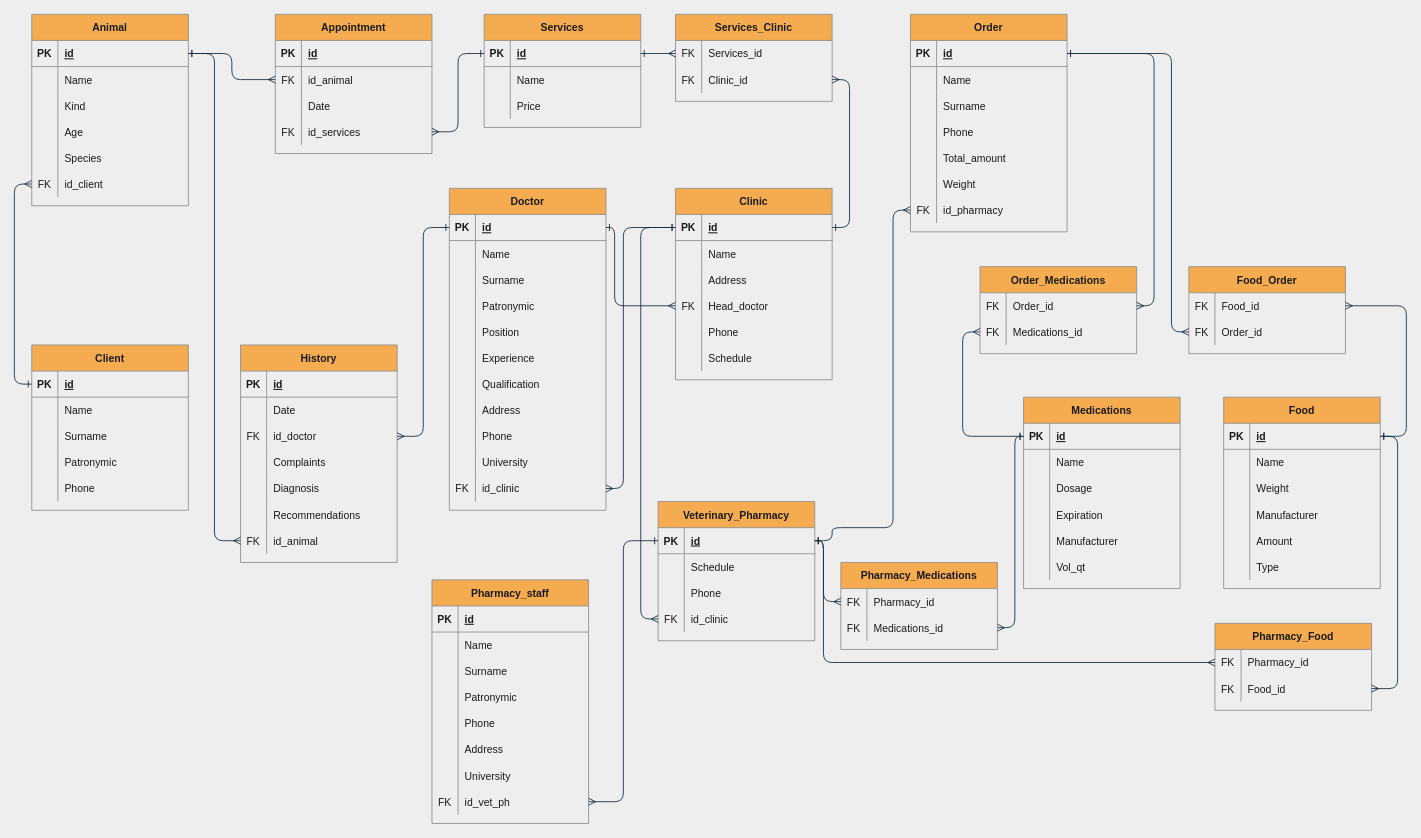
The draw.io diagram Untitled Diagram.drawio in 21shunya/vet, before the edit. Source tidied: cells renumbered, new cells numbered last; positions are measured from the earlier drawing's top-left corner, leaving out a move shared by most shapes. Both pictures are drawn from the tidied source at 87%, with x=0, y=0 at pixel (31, 14).
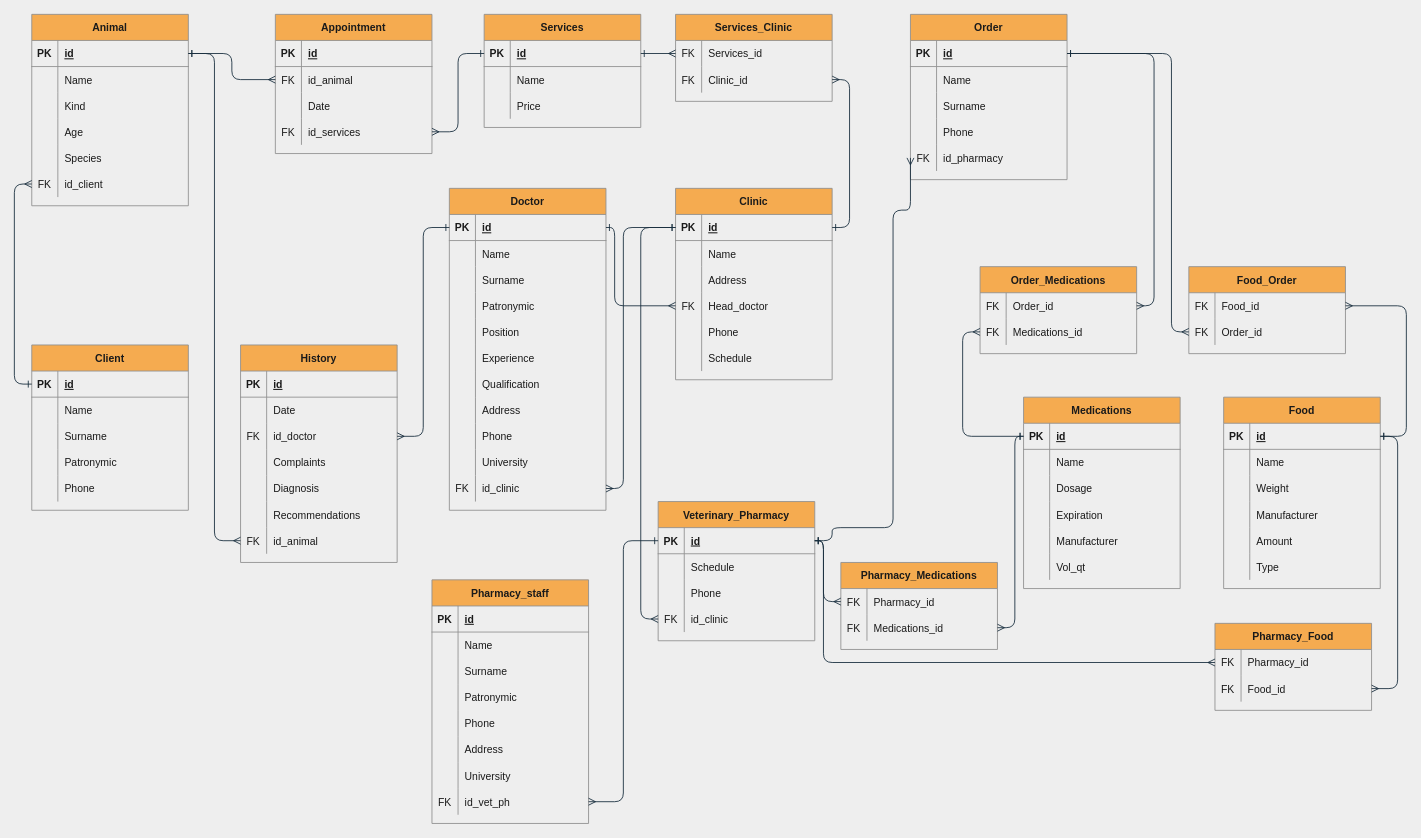
The same diagram, later.

Change to the diagram source:
```diff
@@
     <mxCell id="194" value="Order" style="shape=table;startSize=30;childLayout=tableLayout;rowLines=0;fontStyle=1;align=center;fillColor=#F5AB50;strokeColor=#909090;fontColor=#1A1A1A;" parent="1" vertex="1">
-      <mxGeometry x="1010" width="180" height="250" as="geometry" />
+      <mxGeometry x="1010" width="180" height="190" as="geometry" />
     </mxCell>
@@
-    <mxCell id="207" style="shape=partialRectangle;fillColor=none;top=0;left=0;bottom=0;right=0;strokeColor=#909090;fontColor=#1A1A1A;" parent="194" vertex="1">
-      <mxGeometry y="150" width="180" height="30" as="geometry" />
-    </mxCell>
-    <mxCell id="208" style="shape=partialRectangle;fillColor=none;top=0;left=0;bottom=0;right=0;overflow=hidden;strokeColor=#909090;fontColor=#1A1A1A;" parent="207" vertex="1">
-      <mxGeometry width="30" height="30" as="geometry" />
-    </mxCell>
-    <mxCell id="209" value="Total_amount" style="shape=partialRectangle;fillColor=none;top=0;left=0;bottom=0;right=0;align=left;spacingLeft=6;overflow=hidden;strokeColor=#909090;fontColor=#1A1A1A;" parent="207" vertex="1">
-      <mxGeometry x="30" width="150" height="30" as="geometry" />
-    </mxCell>
-    <mxCell id="210" style="shape=partialRectangle;fillColor=none;top=0;left=0;bottom=0;right=0;strokeColor=#909090;fontColor=#1A1A1A;" parent="194" vertex="1">
-      <mxGeometry y="180" width="180" height="30" as="geometry" />
-    </mxCell>
-    <mxCell id="211" style="shape=partialRectangle;fillColor=none;top=0;left=0;bottom=0;right=0;overflow=hidden;strokeColor=#909090;fontColor=#1A1A1A;" parent="210" vertex="1">
-      <mxGeometry width="30" height="30" as="geometry" />
-    </mxCell>
-    <mxCell id="212" value="Weight" style="shape=partialRectangle;fillColor=none;top=0;left=0;bottom=0;right=0;align=left;spacingLeft=6;overflow=hidden;strokeColor=#909090;fontColor=#1A1A1A;" parent="210" vertex="1">
-      <mxGeometry x="30" width="150" height="30" as="geometry" />
-    </mxCell>
     <mxCell id="213" style="shape=partialRectangle;fillColor=none;top=0;left=0;bottom=0;right=0;points=[[0,0.5],[1,0.5]];portConstraint=eastwest;strokeColor=#909090;fontColor=#1A1A1A;" parent="194" vertex="1">
-      <mxGeometry y="210" width="180" height="30" as="geometry" />
+      <mxGeometry y="150" width="180" height="30" as="geometry" />
     </mxCell>
```
